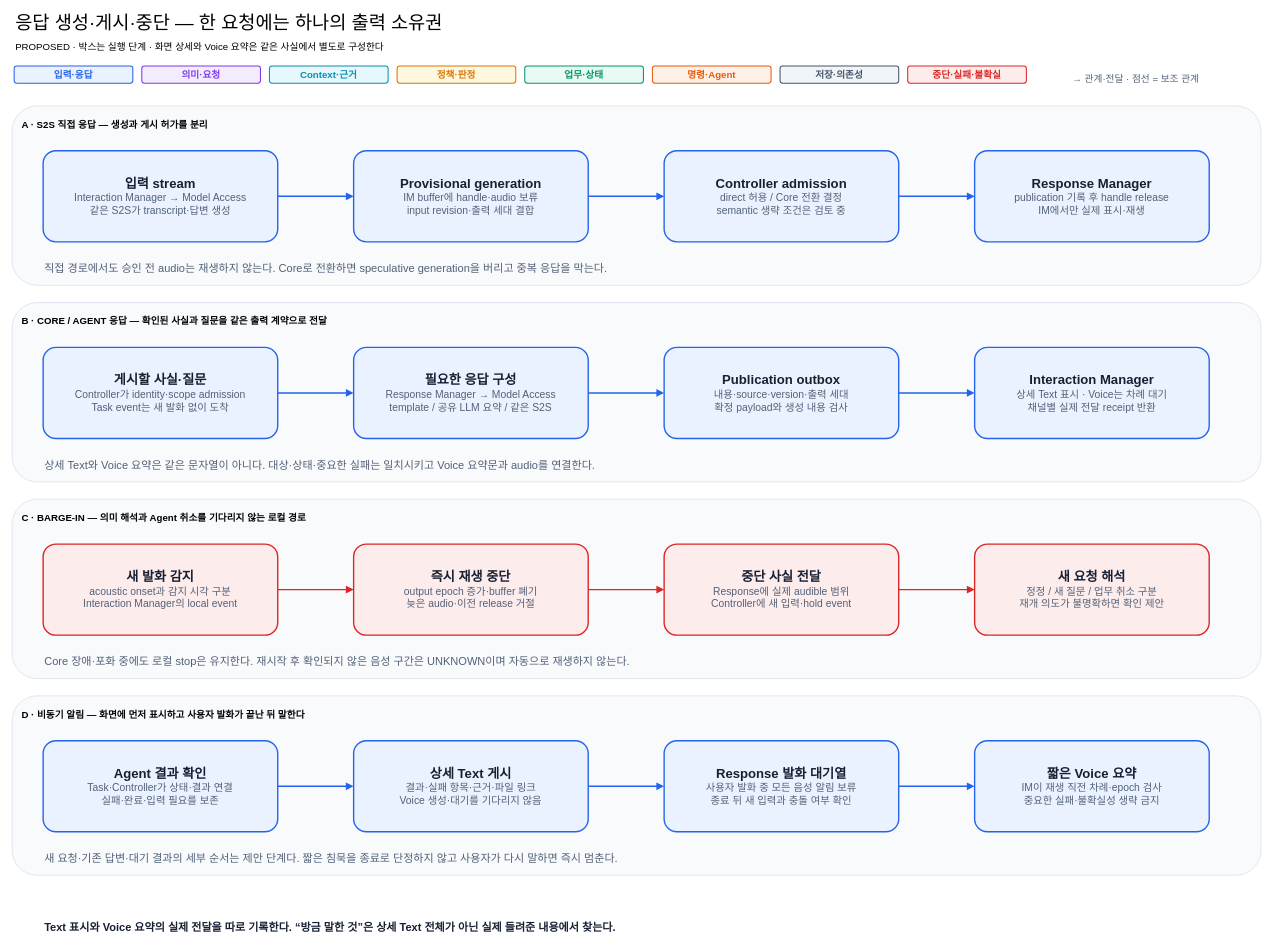
Earlier version of the draw.io diagram docs/architecture/12-decisions/target-architecture/diagrams/08-response-and-interruption.drawio (cbyche/via-sw-architecture). Source tidied: cells renumbered, new cells numbered last; positions are measured from the earlier drawing's top-left corner, leaving out a move shared by most shapes. Both pictures are drawn from the tidied source at 69%, with x=0, y=0 at pixel (12, 12).
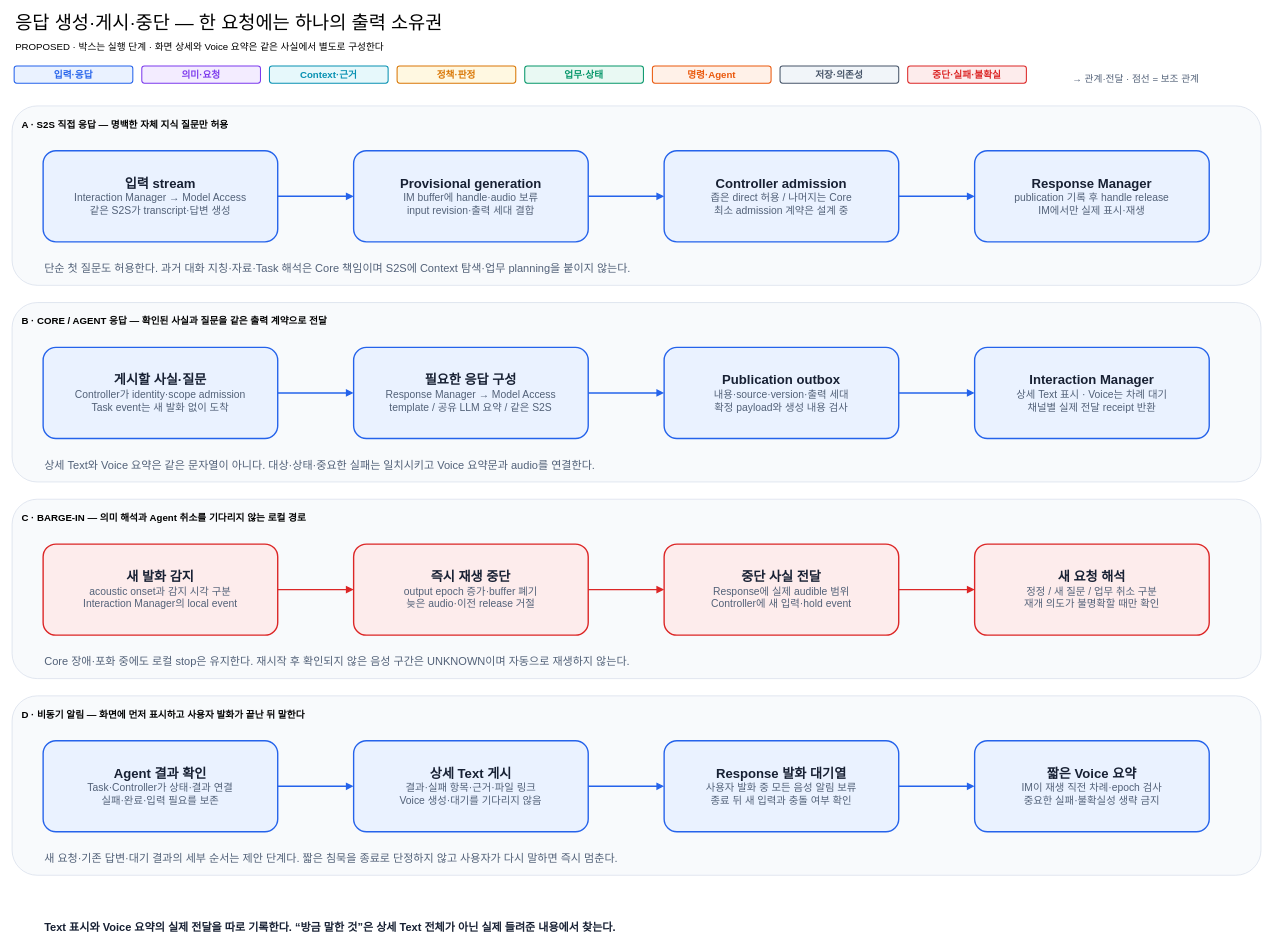
After the change.

Diff of the diagram source:
```diff
@@
-    <mxCell id="2" value="A · S2S 직접 응답 — 생성과 게시 허가를 분리" style="rounded=1;whiteSpace=wrap;html=1;verticalAlign=top;align=left;spacingTop=12;spacingLeft=12;fontStyle=1;fontSize=14;fillColor=#F8FAFC;strokeColor=#D5DDE9;dashed=0;arcSize=14;" parent="1" vertex="1">
+    <mxCell id="2" value="A · S2S 직접 응답 — 명백한 자체 지식 질문만 허용" style="rounded=1;whiteSpace=wrap;html=1;verticalAlign=top;align=left;spacingTop=12;spacingLeft=12;fontStyle=1;fontSize=14;fillColor=#F8FAFC;strokeColor=#D5DDE9;dashed=0;arcSize=14;" parent="1" vertex="1">
       <mxGeometry y="135" width="1810" height="260" as="geometry" />
     </mxCell>
@@
-    <mxCell id="8" value="&lt;div style='font-size:19px;font-weight:bold'&gt;Controller admission&lt;/div&gt;&lt;div style='font-size:15px;color:#526178'&gt;direct 허용 / Core 전환 결정&lt;/div&gt;&lt;div style='font-size:15px;color:#526178'&gt;semantic 생략 조건은 검토 중&lt;/div&gt;" style="shape=rectangle;rounded=1;whiteSpace=wrap;html=1;fillColor=#EAF2FF;strokeColor=#2563EB;strokeWidth=2;fontColor=#172033;dashed=0;arcSize=14;spacing=10;" parent="1" vertex="1">
+    <mxCell id="8" value="&lt;div style='font-size:19px;font-weight:bold'&gt;Controller admission&lt;/div&gt;&lt;div style='font-size:15px;color:#526178'&gt;좁은 direct 허용 / 나머지는 Core&lt;/div&gt;&lt;div style='font-size:15px;color:#526178'&gt;최소 admission 계약은 설계 중&lt;/div&gt;" style="shape=rectangle;rounded=1;whiteSpace=wrap;html=1;fillColor=#EAF2FF;strokeColor=#2563EB;strokeWidth=2;fontColor=#172033;dashed=0;arcSize=14;spacing=10;" parent="1" vertex="1">
       <mxGeometry x="945" y="200" width="340" height="132" as="geometry" />
     </mxCell>
@@
-    <mxCell id="17" value="&lt;div style='font-size:19px;font-weight:bold'&gt;새 요청 해석&lt;/div&gt;&lt;div style='font-size:15px;color:#526178'&gt;정정 / 새 질문 / 업무 취소 구분&lt;/div&gt;&lt;div style='font-size:15px;color:#526178'&gt;재개 의도가 불명확하면 확인 제안&lt;/div&gt;" style="shape=rectangle;rounded=1;whiteSpace=wrap;html=1;fillColor=#FDECEC;strokeColor=#DC2626;strokeWidth=2;fontColor=#172033;dashed=0;arcSize=14;spacing=10;" parent="1" vertex="1">
+    <mxCell id="17" value="&lt;div style='font-size:19px;font-weight:bold'&gt;새 요청 해석&lt;/div&gt;&lt;div style='font-size:15px;color:#526178'&gt;정정 / 새 질문 / 업무 취소 구분&lt;/div&gt;&lt;div style='font-size:15px;color:#526178'&gt;재개 의도가 불명확할 때만 확인&lt;/div&gt;" style="shape=rectangle;rounded=1;whiteSpace=wrap;html=1;fillColor=#FDECEC;strokeColor=#DC2626;strokeWidth=2;fontColor=#172033;dashed=0;arcSize=14;spacing=10;" parent="1" vertex="1">
       <mxGeometry x="1395" y="770" width="340" height="132" as="geometry" />
     </mxCell>
@@
-    <mxCell id="35" value="직접 경로에서도 승인 전 audio는 재생하지 않는다. Core로 전환하면 speculative generation을 버리고 중복 응답을 막는다." style="text;html=1;strokeColor=none;fillColor=none;align=left;fontSize=16;fontColor=#526178;fontStyle=0;" parent="1" vertex="1">
-      <mxGeometry x="45" y="354" width="1024" height="28" as="geometry" />
+    <mxCell id="35" value="단순 첫 질문도 허용한다. 과거 대화 지칭·자료·Task 해석은 Core 책임이며 S2S에 Context 탐색·업무 planning을 붙이지 않는다." style="text;html=1;strokeColor=none;fillColor=none;align=left;fontSize=16;fontColor=#526178;fontStyle=0;" parent="1" vertex="1">
+      <mxGeometry x="45" y="354" width="1056" height="28" as="geometry" />
     </mxCell>
```
